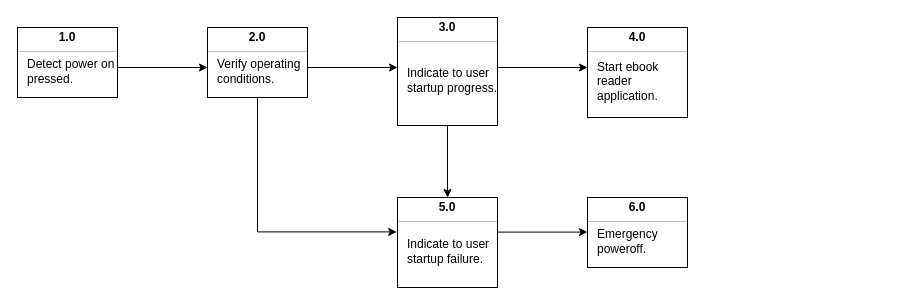
The draw.io diagram page "FFBD-001" (1 of 6) of docs/design/assets/03_logical_decomposition.drawio in KubaTaba1uga/open_source_ebook_reader, before the edit. Source tidied: cells renumbered, new cells numbered last; positions are measured from the earlier drawing's top-left corner, leaving out a move shared by most shapes. Both pictures are drawn from the tidied source at 100%, with x=0, y=0 at pixel (17, 17).
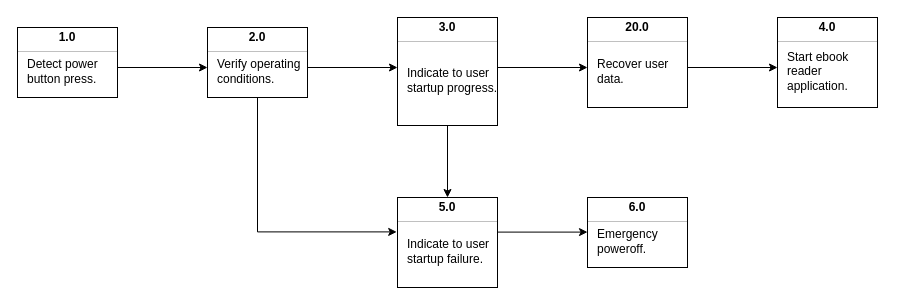
The same page after the edit.

The change refers to these unchanged cells:
```xml
<mxCell id="2" style="fontStyle=1;align=center;verticalAlign=middle;horizontal=1;" parent="1" vertex="1">
  <mxGeometry y="10" width="100" height="70" as="geometry" />
</mxCell>
```

The edit, as a diff of the source:
```diff
@@
-    <mxCell id="5" value="Detect power on pressed." style="html=1;align=left;spacing=0;spacingLeft=10;verticalAlign=middle;strokeColor=none;fillColor=none;whiteSpace=wrap;" parent="2" vertex="1">
+    <mxCell id="5" value="Detect power button press." style="html=1;align=left;spacing=0;spacingLeft=10;verticalAlign=middle;strokeColor=none;fillColor=none;whiteSpace=wrap;" parent="2" vertex="1">
       <mxGeometry y="28" width="100" height="32" as="geometry" />
     </mxCell>
@@
-    <mxCell id="9" style="fontStyle=1;align=center;verticalAlign=middle;horizontal=1;" parent="1" vertex="1">
-      <mxGeometry x="570" y="10" width="100" height="90" as="geometry" />
-    </mxCell>
-    <mxCell id="10" value="4.0" style="html=1;align=center;spacing=0;verticalAlign=middle;strokeColor=none;fillColor=none;whiteSpace=wrap;fontStyle=1;" parent="9" vertex="1">
-      <mxGeometry width="100" height="20" as="geometry" />
-    </mxCell>
-    <mxCell id="11" style="line;strokeWidth=0.25;fillColor=none;align=left;verticalAlign=middle;spacingTop=-1;spacingLeft=3;spacingRight=3;labelPosition=right;" parent="9" vertex="1">
-      <mxGeometry y="20" width="100" height="8" as="geometry" />
-    </mxCell>
-    <mxCell id="12" value="Start ebook reader application." style="html=1;align=left;spacing=0;spacingLeft=10;verticalAlign=middle;strokeColor=none;fillColor=none;whiteSpace=wrap;" parent="9" vertex="1">
-      <mxGeometry y="28" width="100" height="52" as="geometry" />
-    </mxCell>
-    <mxCell id="13" style="html=1;align=left;spacing=0;spacingLeft=10;verticalAlign=middle;strokeColor=none;fillColor=none;whiteSpace=wrap;" parent="9" vertex="1">
-      <mxGeometry y="80" width="100" height="10" as="geometry" />
-    </mxCell>
@@
+    <mxCell id="38" style="fontStyle=1;align=center;verticalAlign=middle;horizontal=1;" parent="1" vertex="1">
+      <mxGeometry x="570" width="100" height="90" as="geometry" />
+    </mxCell>
+    <mxCell id="39" value="20.0" style="html=1;align=center;spacing=0;verticalAlign=middle;strokeColor=none;fillColor=none;whiteSpace=wrap;fontStyle=1;" parent="38" vertex="1">
+      <mxGeometry width="100" height="20" as="geometry" />
+    </mxCell>
+    <mxCell id="40" style="line;strokeWidth=0.25;fillColor=none;align=left;verticalAlign=middle;spacingTop=-1;spacingLeft=3;spacingRight=3;labelPosition=right;" parent="38" vertex="1">
+      <mxGeometry y="20" width="100" height="8" as="geometry" />
+    </mxCell>
+    <mxCell id="41" value="Recover user data." style="html=1;align=left;spacing=0;spacingLeft=10;verticalAlign=middle;strokeColor=none;fillColor=none;whiteSpace=wrap;" parent="38" vertex="1">
+      <mxGeometry y="28" width="100" height="52" as="geometry" />
+    </mxCell>
+    <mxCell id="42" style="html=1;align=left;spacing=0;spacingLeft=10;verticalAlign=middle;strokeColor=none;fillColor=none;whiteSpace=wrap;" parent="38" vertex="1">
+      <mxGeometry y="80" width="100" height="10" as="geometry" />
+    </mxCell>
+    <mxCell id="43" style="endArrow=classic;html=1;rounded=0;entryX=0;entryY=0.375;entryDx=0;entryDy=0;entryPerimeter=0;" parent="1" edge="1">
+      <mxGeometry relative="1" as="geometry">
+        <mxPoint x="670" y="50" as="sourcePoint" />
+        <mxPoint x="760" y="50" as="targetPoint" />
+      </mxGeometry>
+    </mxCell>
+    <mxCell id="44" style="fontStyle=1;align=center;verticalAlign=middle;horizontal=1;" parent="1" vertex="1">
+      <mxGeometry x="760" width="100" height="90" as="geometry" />
+    </mxCell>
+    <mxCell id="10" value="4.0" style="html=1;align=center;spacing=0;verticalAlign=middle;strokeColor=none;fillColor=none;whiteSpace=wrap;fontStyle=1;" parent="44" vertex="1">
+      <mxGeometry width="100" height="20" as="geometry" />
+    </mxCell>
+    <mxCell id="45" style="line;strokeWidth=0.25;fillColor=none;align=left;verticalAlign=middle;spacingTop=-1;spacingLeft=3;spacingRight=3;labelPosition=right;" parent="44" vertex="1">
+      <mxGeometry y="20" width="100" height="8" as="geometry" />
+    </mxCell>
+    <mxCell id="12" value="Start ebook reader application." style="html=1;align=left;spacing=0;spacingLeft=10;verticalAlign=middle;strokeColor=none;fillColor=none;whiteSpace=wrap;" parent="44" vertex="1">
+      <mxGeometry y="28" width="100" height="52" as="geometry" />
+    </mxCell>
+    <mxCell id="46" style="html=1;align=left;spacing=0;spacingLeft=10;verticalAlign=middle;strokeColor=none;fillColor=none;whiteSpace=wrap;" parent="44" vertex="1">
+      <mxGeometry y="80" width="100" height="10" as="geometry" />
+    </mxCell>
```
